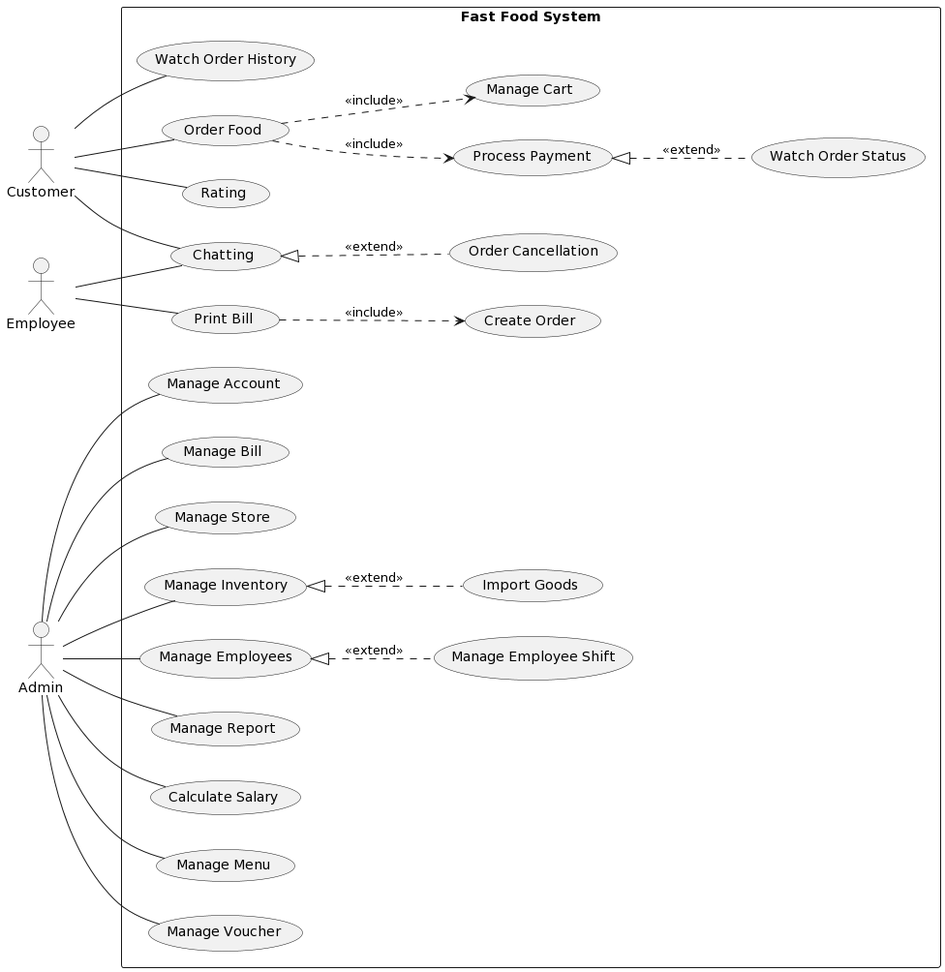
The PlantUML diagram Lab 1.2/Use-case Diagram/Use-case Diagram.png in VietQuoc29/SE357-Pratice-class, before a commit.
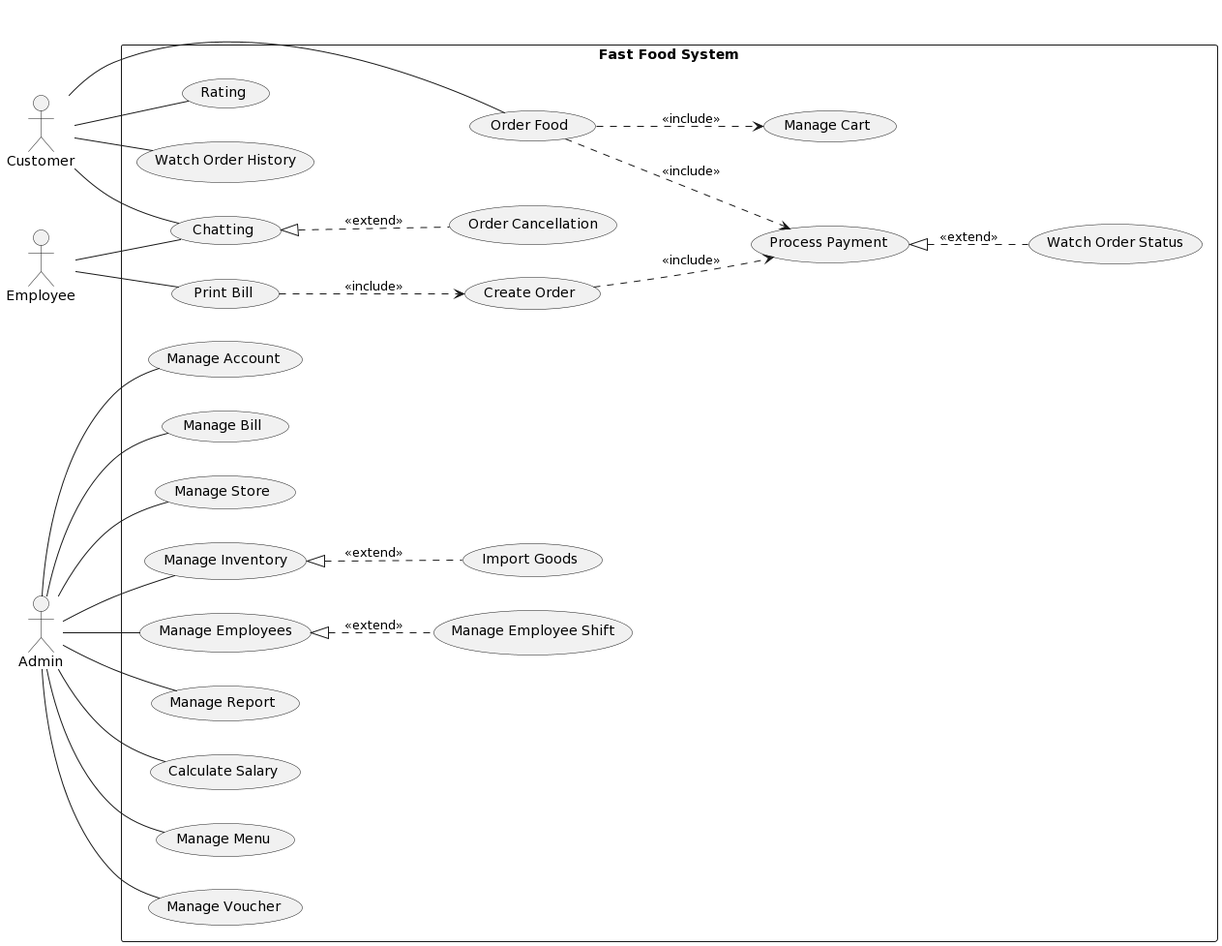
The same file after the commit.

What changed in the source:
```diff
@@ -55,4 +55,5 @@
 UC8 <|.. UC12: <<extend>>
 UC5 <|.. UC20: <<extend>>
 UC7 ..> UC21: <<include>>
+UC21 ..> UC3: <<include>>
 @enduml
```
